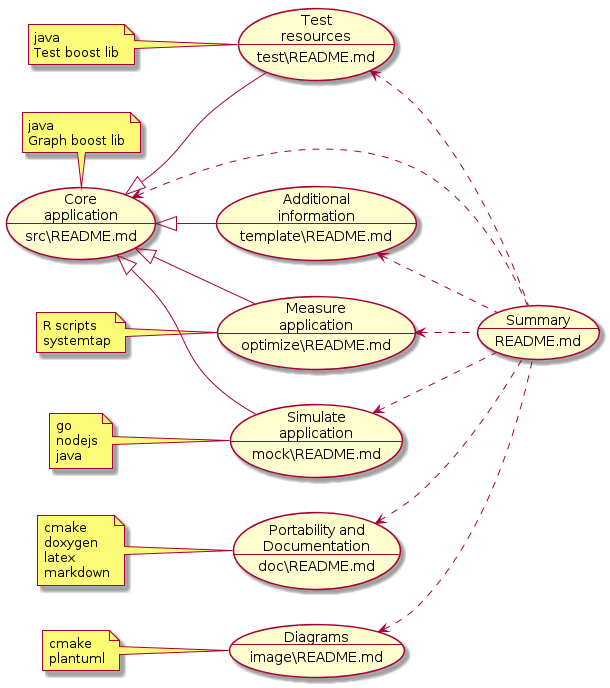
xue2sheng/GenealogicalTree keeps this PlantUML diagram as image/approach.png. Above is the earlier version.
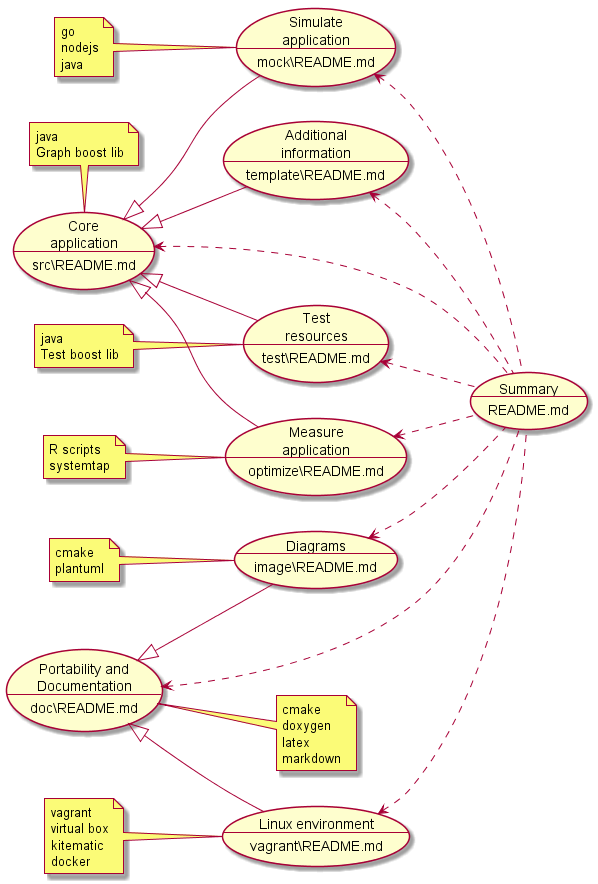
After the commit.

Commit message:
Added Vagrantfile for Linux virtual machines on Windows or MacOSX

Diff of the diagram source:
```diff
@@ -1,6 +1,7 @@
 @startuml approach.png
 left to right direction
 (Portability and\nDocumentation\n--\ndoc\README.md) as (Doc)
+(Linux environment\n--\nvagrant\README.md) as (Vagrant)
 (Diagrams\n--\nimage\README.md) as (Image)
 (Additional\ninformation\n--\ntemplate\README.md) as (Template)
 (Test\nresources\n--\ntest\README.md) as (Test)
@@ -9,17 +10,21 @@
 (Simulate\napplication\n--\nmock\README.md) as (Mock)
 (Core\napplication\n--\nsrc\README.md) as (Core)
 (Doc) <.. (Summary)
+(Vagrant) <.. (Summary)
 (Template) <.. (Summary)
 (Image) <.. (Summary)
 (Test) <.. (Summary)
 (Measure) <.. (Summary)
 (Mock) <.. (Summary)
 (Core) <.. (Summary)
+(Doc) <|-- (Image)
+(Doc) <|-- (Vagrant)
 (Core) <|-- (Template)
 (Core) <|-- (Test)
 (Core) <|-- (Measure)
 (Core) <|-- (Mock)
-note left of (Doc): cmake\ndoxygen\nlatex\nmarkdown
+note right of (Doc): cmake\ndoxygen\nlatex\nmarkdown
+note left of (Vagrant): vagrant\nvirtual box\nkitematic\ndocker
 note left of (Image): cmake\nplantuml
 note left of (Measure): R scripts\nsystemtap
 note left of (Mock): go\nnodejs\njava
```
